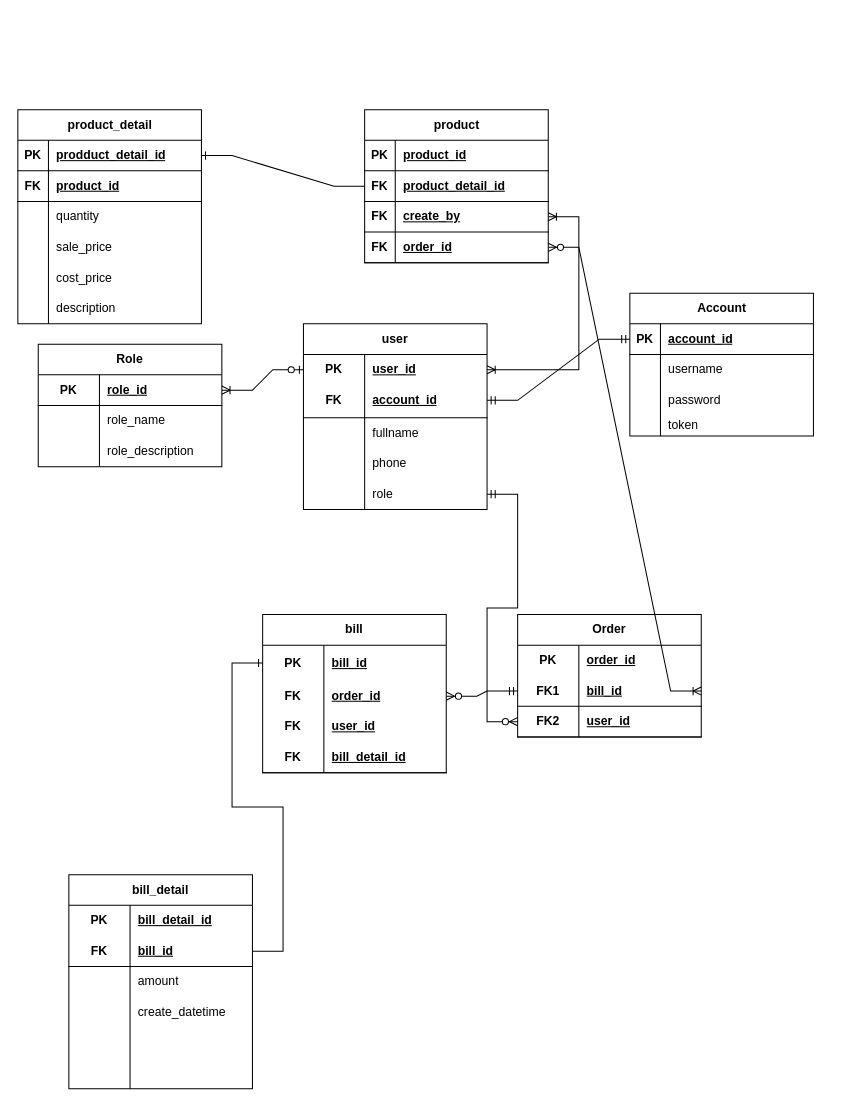
soncodekhongbug/tcsondev keeps this draw.io diagram as Untitled Diagram.drawio. Above is the earlier version. Source tidied: cells renumbered, new cells numbered last; positions are measured from the earlier drawing's top-left corner, leaving out a move shared by most shapes. Both pictures are drawn from the tidied source at 102%, with x=0, y=0 at pixel (17, 109).
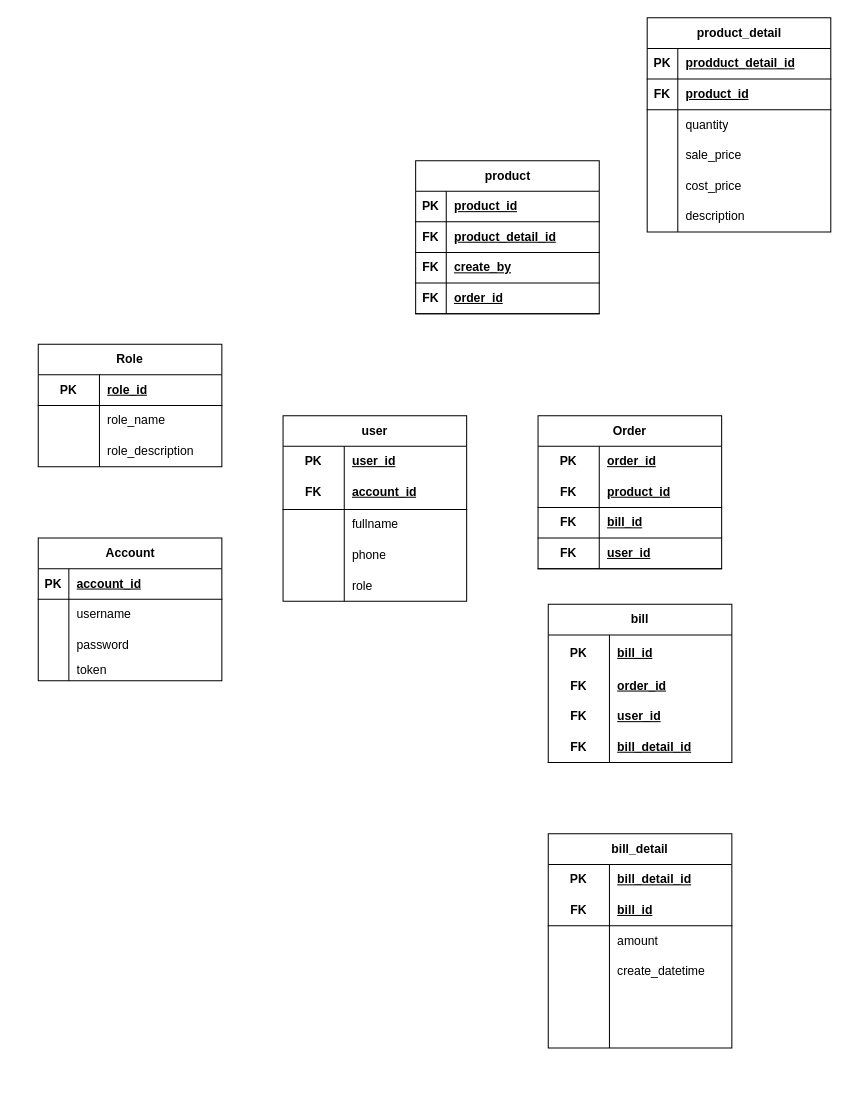
After the change.

The change refers to these unchanged cells:
```xml
<mxCell id="3" style="shape=tableRow;horizontal=0;startSize=0;swimlaneHead=0;swimlaneBody=0;fillColor=none;points=[[0,0.5],[1,0.5]];portConstraint=eastwest;top=0;left=0;right=0;bottom=1;" parent="2" vertex="1">
  <mxGeometry y="30" width="180" height="30" as="geometry" />
</mxCell>
<mxCell id="16" style="shape=tableRow;horizontal=0;startSize=0;swimlaneHead=0;swimlaneBody=0;fillColor=none;points=[[0,0.5],[1,0.5]];portConstraint=eastwest;top=0;left=0;right=0;bottom=1;html=1;" parent="15" vertex="1">
  <mxGeometry y="30" width="180" height="30" as="geometry" />
</mxCell>
<mxCell id="26" style="shape=tableRow;horizontal=0;startSize=0;swimlaneHead=0;swimlaneBody=0;fillColor=none;points=[[0,0.5],[1,0.5]];portConstraint=eastwest;top=0;left=0;right=0;bottom=0;html=1;" parent="25" vertex="1">
  <mxGeometry y="30" width="180" height="30" as="geometry" />
</mxCell>
<mxCell id="29" style="shape=tableRow;horizontal=0;startSize=0;swimlaneHead=0;swimlaneBody=0;fillColor=none;points=[[0,0.5],[1,0.5]];portConstraint=eastwest;top=0;left=0;right=0;bottom=0;html=1;" parent="25" vertex="1">
  <mxGeometry y="60" width="180" height="30" as="geometry" />
</mxCell>
<mxCell id="41" style="shape=tableRow;horizontal=0;startSize=0;swimlaneHead=0;swimlaneBody=0;fillColor=none;points=[[0,0.5],[1,0.5]];portConstraint=eastwest;top=0;left=0;right=0;bottom=0;html=1;" parent="25" vertex="1">
  <mxGeometry y="152" width="180" height="30" as="geometry" />
</mxCell>
<mxCell id="47" style="shape=tableRow;horizontal=0;startSize=0;swimlaneHead=0;swimlaneBody=0;fillColor=none;points=[[0,0.5],[1,0.5]];portConstraint=eastwest;top=0;left=0;right=0;bottom=0;html=1;" parent="46" vertex="1">
  <mxGeometry y="30" width="180" height="35" as="geometry" />
</mxCell>
<mxCell id="50" style="shape=tableRow;horizontal=0;startSize=0;swimlaneHead=0;swimlaneBody=0;fillColor=none;points=[[0,0.5],[1,0.5]];portConstraint=eastwest;top=0;left=0;right=0;bottom=0;html=1;" parent="46" vertex="1">
  <mxGeometry y="65" width="180" height="30" as="geometry" />
</mxCell>
<mxCell id="73" style="shape=tableRow;horizontal=0;startSize=0;swimlaneHead=0;swimlaneBody=0;fillColor=none;points=[[0,0.5],[1,0.5]];portConstraint=eastwest;top=0;left=0;right=0;bottom=1;" parent="69" vertex="1">
  <mxGeometry y="60" width="180" height="30" as="geometry" />
</mxCell>
<mxCell id="76" style="shape=tableRow;horizontal=0;startSize=0;swimlaneHead=0;swimlaneBody=0;fillColor=none;points=[[0,0.5],[1,0.5]];portConstraint=eastwest;top=0;left=0;right=0;bottom=1;" parent="69" vertex="1">
  <mxGeometry y="90" width="180" height="30" as="geometry" />
</mxCell>
<mxCell id="79" style="shape=tableRow;horizontal=0;startSize=0;swimlaneHead=0;swimlaneBody=0;fillColor=none;points=[[0,0.5],[1,0.5]];portConstraint=eastwest;top=0;left=0;right=0;bottom=1;" parent="69" vertex="1">
  <mxGeometry y="120" width="180" height="30" as="geometry" />
</mxCell>
<mxCell id="83" style="shape=tableRow;horizontal=0;startSize=0;swimlaneHead=0;swimlaneBody=0;fillColor=none;points=[[0,0.5],[1,0.5]];portConstraint=eastwest;top=0;left=0;right=0;bottom=1;" parent="82" vertex="1">
  <mxGeometry y="30" width="180" height="30" as="geometry" />
</mxCell>
<mxCell id="110" style="shape=tableRow;horizontal=0;startSize=0;swimlaneHead=0;swimlaneBody=0;fillColor=none;points=[[0,0.5],[1,0.5]];portConstraint=eastwest;top=0;left=0;right=0;bottom=1;html=1;" parent="106" vertex="1">
  <mxGeometry y="60" width="180" height="30" as="geometry" />
</mxCell>
```

Diff of the diagram source:
```diff
@@
     <mxCell id="2" value="Account" style="shape=table;startSize=30;childLayout=tableLayout;rowLines=0;fontStyle=1;align=center;html=1;" parent="1" vertex="1">
-      <mxGeometry x="600" y="180" width="180" height="140" as="geometry" />
+      <mxGeometry x="20" y="420" width="180" height="140" as="geometry" />
     </mxCell>
@@
     <mxCell id="25" value="user" style="shape=table;startSize=30;childLayout=tableLayout;rowLines=0;fontStyle=1;align=center;html=1;whiteSpace=wrap;" parent="1" vertex="1">
-      <mxGeometry x="280" y="210" width="180" height="182" as="geometry" />
+      <mxGeometry x="260" y="300" width="180" height="182" as="geometry" />
     </mxCell>
@@
-    <mxCell id="44" style="edgeStyle=entityRelationEdgeStyle;fontSize=12;html=1;endArrow=ERoneToMany;startArrow=ERzeroToOne;rounded=0;" parent="1" edge="1" source="26" target="16">
-      <mxGeometry relative="1" as="geometry" />
-    </mxCell>
-    <mxCell id="45" style="edgeStyle=entityRelationEdgeStyle;fontSize=12;html=1;endArrow=ERmandOne;startArrow=ERmandOne;rounded=0;" parent="1" edge="1" source="29" target="3">
-      <mxGeometry relative="1" as="geometry" />
-    </mxCell>
     <mxCell id="46" value="bill" style="shape=table;startSize=30;childLayout=tableLayout;rowLines=0;fontStyle=1;align=center;html=1;whiteSpace=wrap;" parent="1" vertex="1">
-      <mxGeometry x="240" y="495" width="180" height="155" as="geometry" />
+      <mxGeometry x="520" y="485" width="180" height="155" as="geometry" />
     </mxCell>
@@
     <mxCell id="59" value="Order" style="shape=table;startSize=30;childLayout=tableLayout;rowLines=0;fontStyle=1;align=center;html=1;whiteSpace=wrap;" parent="1" vertex="1">
-      <mxGeometry x="490" y="495" width="180" height="120" as="geometry" />
+      <mxGeometry x="510" y="300" width="180" height="150" as="geometry" />
     </mxCell>
@@
+    <mxCell id="126" style="shape=tableRow;horizontal=0;startSize=0;swimlaneHead=0;swimlaneBody=0;fillColor=none;top=0;left=0;right=0;bottom=1;html=1;" parent="59" vertex="1">
+      <mxGeometry y="60" width="180" height="30" as="geometry" />
+    </mxCell>
+    <mxCell id="127" value="FK" style="shape=partialRectangle;fillColor=none;top=0;left=0;bottom=0;right=0;fontStyle=1;overflow=hidden;html=1;whiteSpace=wrap;" parent="126" vertex="1">
+      <mxGeometry width="60" height="30" as="geometry" />
+    </mxCell>
+    <mxCell id="128" value="product_id" style="shape=partialRectangle;fillColor=none;top=0;left=0;bottom=0;right=0;align=left;spacingLeft=6;fontStyle=5;overflow=hidden;html=1;whiteSpace=wrap;" parent="126" vertex="1">
+      <mxGeometry x="60" width="120" height="30" as="geometry" />
+    </mxCell>
     <mxCell id="63" style="shape=tableRow;horizontal=0;startSize=0;swimlaneHead=0;swimlaneBody=0;fillColor=none;points=[[0,0.5],[1,0.5]];portConstraint=eastwest;top=0;left=0;right=0;bottom=1;html=1;" parent="59" vertex="1">
-      <mxGeometry y="60" width="180" height="30" as="geometry" />
+      <mxGeometry y="90" width="180" height="30" as="geometry" />
     </mxCell>
-    <mxCell id="64" value="FK1" style="shape=partialRectangle;fillColor=none;top=0;left=0;bottom=0;right=0;fontStyle=1;overflow=hidden;html=1;whiteSpace=wrap;" parent="63" vertex="1">
+    <mxCell id="64" value="FK" style="shape=partialRectangle;fillColor=none;top=0;left=0;bottom=0;right=0;fontStyle=1;overflow=hidden;html=1;whiteSpace=wrap;" parent="63" vertex="1">
       <mxGeometry width="60" height="30" as="geometry" />
     </mxCell>
@@
     <mxCell id="66" style="shape=tableRow;horizontal=0;startSize=0;swimlaneHead=0;swimlaneBody=0;fillColor=none;points=[[0,0.5],[1,0.5]];portConstraint=eastwest;top=0;left=0;right=0;bottom=1;html=1;" parent="59" vertex="1">
-      <mxGeometry y="90" width="180" height="30" as="geometry" />
+      <mxGeometry y="120" width="180" height="30" as="geometry" />
     </mxCell>
-    <mxCell id="67" value="FK2" style="shape=partialRectangle;fillColor=none;top=0;left=0;bottom=0;right=0;fontStyle=1;overflow=hidden;html=1;whiteSpace=wrap;" parent="66" vertex="1">
+    <mxCell id="67" value="FK" style="shape=partialRectangle;fillColor=none;top=0;left=0;bottom=0;right=0;fontStyle=1;overflow=hidden;html=1;whiteSpace=wrap;" parent="66" vertex="1">
       <mxGeometry width="60" height="30" as="geometry" />
     </mxCell>
@@
     <mxCell id="69" value="product" style="shape=table;startSize=30;childLayout=tableLayout;rowLines=0;fontStyle=1;align=center;html=1;" parent="1" vertex="1">
-      <mxGeometry x="340" width="180" height="150" as="geometry" />
+      <mxGeometry x="390" y="50" width="180" height="150" as="geometry" />
     </mxCell>
@@
     <mxCell id="82" value="product_detail" style="shape=table;startSize=30;childLayout=tableLayout;rowLines=0;fontStyle=1;align=center;html=1;" parent="1" vertex="1">
-      <mxGeometry width="180" height="210" as="geometry" />
+      <mxGeometry x="617" y="-90" width="180" height="210" as="geometry" />
     </mxCell>
@@
-    <mxCell id="101" style="edgeStyle=entityRelationEdgeStyle;fontSize=12;html=1;endArrow=ERone;endFill=1;rounded=0;entryX=1;entryY=0.5;entryDx=0;entryDy=0;exitX=0;exitY=0.5;exitDx=0;exitDy=0;" parent="1" edge="1" source="73" target="83">
-      <mxGeometry relative="1" as="geometry" />
-    </mxCell>
-    <mxCell id="102" style="edgeStyle=entityRelationEdgeStyle;fontSize=12;html=1;endArrow=ERoneToMany;startArrow=ERoneToMany;rounded=0;" parent="1" edge="1" source="76" target="26">
-      <mxGeometry relative="1" as="geometry" />
-    </mxCell>
-    <mxCell id="103" style="edgeStyle=entityRelationEdgeStyle;fontSize=12;html=1;endArrow=ERzeroToMany;startArrow=ERmandOne;rounded=0;" parent="1" edge="1" source="41" target="66">
-      <mxGeometry relative="1" as="geometry" />
-    </mxCell>
-    <mxCell id="104" style="edgeStyle=entityRelationEdgeStyle;fontSize=12;html=1;endArrow=ERoneToMany;startArrow=ERzeroToMany;rounded=0;entryX=1;entryY=0.5;entryDx=0;entryDy=0;" parent="1" edge="1" source="79" target="63">
-      <mxGeometry relative="1" as="geometry" />
-    </mxCell>
-    <mxCell id="105" style="edgeStyle=entityRelationEdgeStyle;fontSize=12;html=1;endArrow=ERzeroToMany;startArrow=ERmandOne;rounded=0;exitX=0;exitY=0.5;exitDx=0;exitDy=0;" parent="1" edge="1" source="63" target="50">
-      <mxGeometry relative="1" as="geometry" />
-    </mxCell>
     <mxCell id="106" value="bill_detail" style="shape=table;startSize=30;childLayout=tableLayout;rowLines=0;fontStyle=1;align=center;html=1;whiteSpace=wrap;" parent="1" vertex="1">
-      <mxGeometry x="50" y="750" width="180" height="210" as="geometry" />
+      <mxGeometry x="520" y="710" width="180" height="210" as="geometry" />
     </mxCell>
@@
-    <mxCell id="125" style="edgeStyle=entityRelationEdgeStyle;fontSize=12;html=1;endArrow=ERone;endFill=1;rounded=0;entryX=0;entryY=0.5;entryDx=0;entryDy=0;exitX=1;exitY=0.5;exitDx=0;exitDy=0;" parent="1" edge="1" source="110" target="47">
-      <mxGeometry relative="1" as="geometry" />
-    </mxCell>
```
